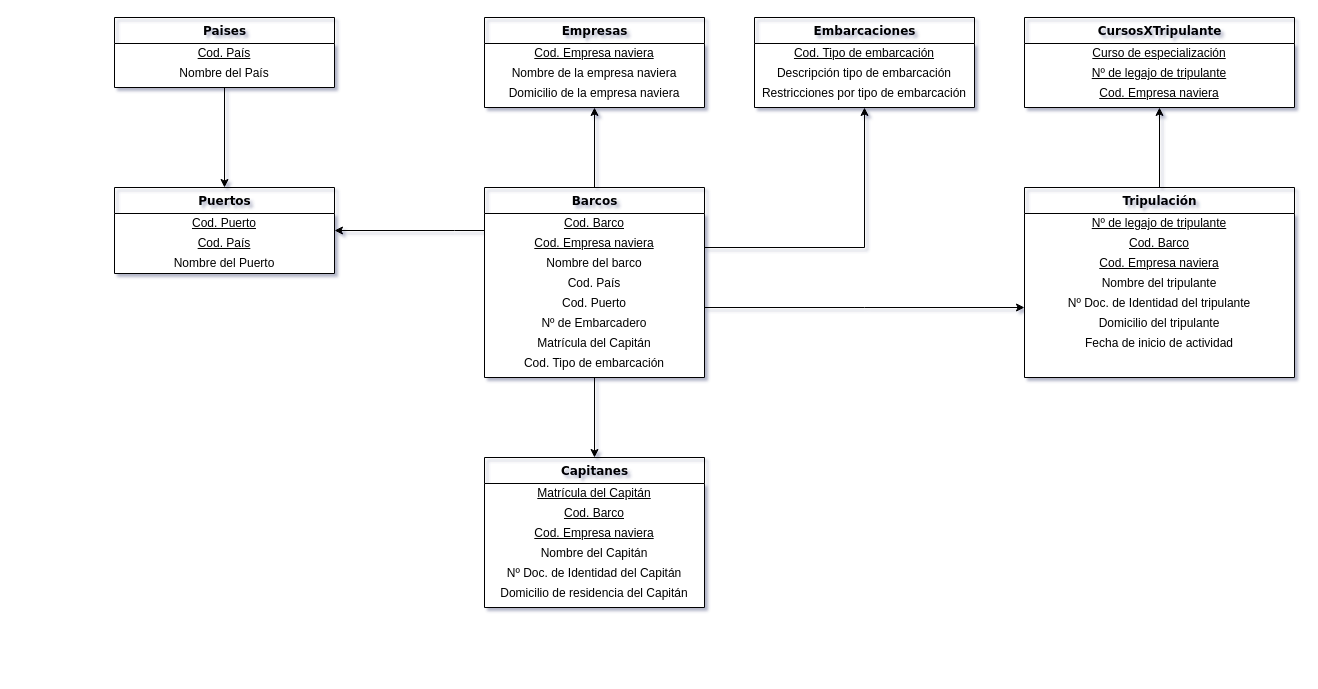
Before: TPI_Barcos/2FN_Puyelli.drawio in FedericoRocca/DyADDBB_1erCuatrimestre_2021, a draw.io diagram. Source tidied: cells renumbered, new cells numbered last; positions are measured from the earlier drawing's top-left corner, leaving out a move shared by most shapes. Both pictures are drawn from the tidied source at 100%, with x=0, y=0 at pixel (114, 17).
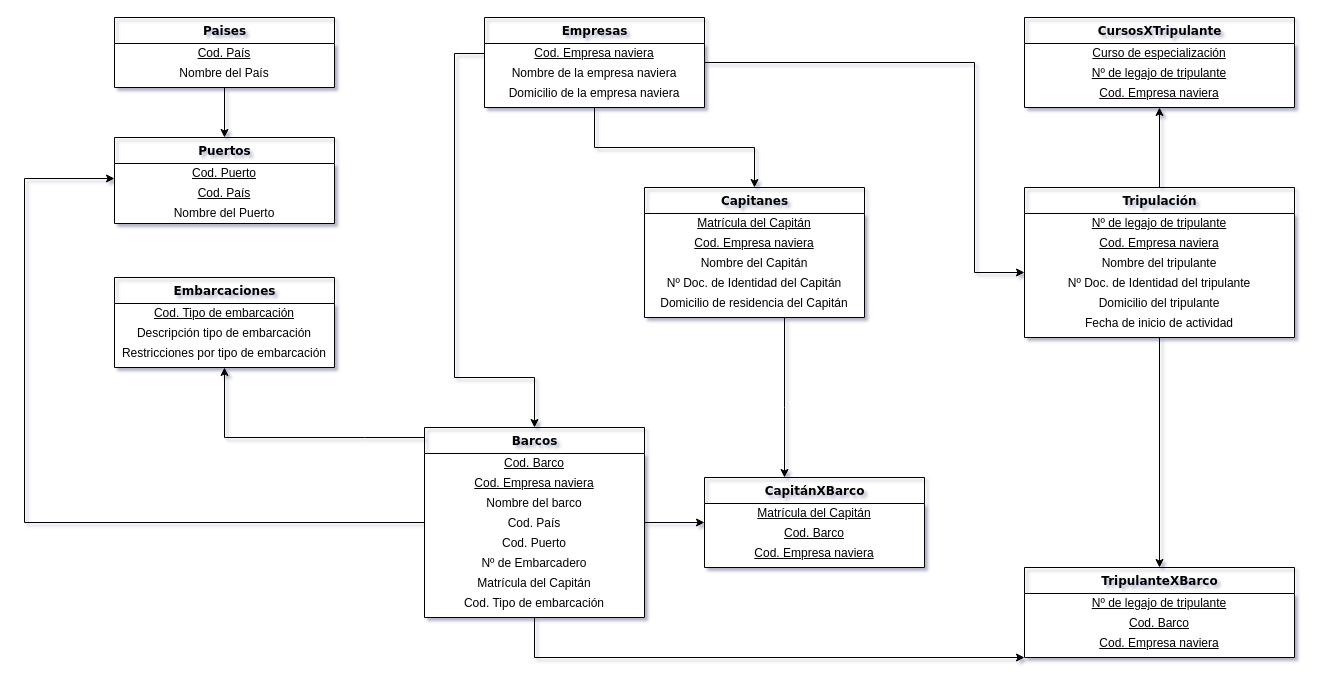
The same diagram, later.

Unchanged cells that the change refers to:
```xml
<mxCell id="25" value="Empresas" style="swimlane;html=1;fontStyle=1;align=center;verticalAlign=top;horizontal=1;startSize=26;swimlaneFillColor=#ffffff;rounded=0;shadow=0;comic=0;labelBackgroundColor=none;strokeWidth=1;fillColor=none;fontFamily=Verdana;fontSize=12;" parent="1" vertex="1">
  <mxGeometry x="370" width="220" height="90" as="geometry" />
</mxCell>
<mxCell id="26" value="Cod. Empresa naviera" style="text;html=1;strokeColor=none;fillColor=none;align=center;verticalAlign=middle;whiteSpace=wrap;rounded=0;fontStyle=4;" parent="25" vertex="1">
  <mxGeometry y="26" width="220" height="20" as="geometry" />
</mxCell>
<mxCell id="34" value="Cod. Puerto" style="text;html=1;strokeColor=none;fillColor=none;align=center;verticalAlign=middle;whiteSpace=wrap;rounded=0;fontStyle=4;" parent="33" vertex="1">
  <mxGeometry y="26" width="220" height="20" as="geometry" />
</mxCell>
```

Diff of the diagram source:
```diff
@@
-    <mxCell id="2" style="edgeStyle=orthogonalEdgeStyle;rounded=0;jettySize=auto;html=1;" parent="1" edge="1" source="7" target="25">
-      <mxGeometry relative="1" as="geometry" />
-    </mxCell>
     <mxCell id="3" style="edgeStyle=orthogonalEdgeStyle;rounded=0;jettySize=auto;html=1;" parent="1" edge="1" source="7" target="37">
       <mxGeometry relative="1" as="geometry">
         <Array as="points">
-          <mxPoint x="750" y="230" />
+          <mxPoint x="250" y="420" />
+          <mxPoint x="110" y="420" />
         </Array>
       </mxGeometry>
     </mxCell>
-    <mxCell id="4" style="edgeStyle=orthogonalEdgeStyle;rounded=0;jettySize=auto;html=1;" parent="1" edge="1" source="7" target="17">
-      <mxGeometry relative="1" as="geometry">
-        <Array as="points">
-          <mxPoint x="750" y="290" />
-          <mxPoint x="750" y="290" />
-        </Array>
-      </mxGeometry>
-    </mxCell>
-    <mxCell id="5" style="edgeStyle=orthogonalEdgeStyle;rounded=0;jettySize=auto;html=1;" parent="1" edge="1" source="7" target="45">
-      <mxGeometry relative="1" as="geometry" />
-    </mxCell>
-    <mxCell id="6" style="edgeStyle=orthogonalEdgeStyle;rounded=0;jettySize=auto;html=1;" parent="1" edge="1" source="7" target="33">
-      <mxGeometry relative="1" as="geometry">
-        <Array as="points">
-          <mxPoint x="340" y="213" />
-          <mxPoint x="340" y="213" />
-        </Array>
-      </mxGeometry>
-    </mxCell>
+    <mxCell id="52" style="edgeStyle=orthogonalEdgeStyle;rounded=0;jettySize=auto;html=1;entryX=0;entryY=0.75;entryDx=0;entryDy=0;" parent="1" edge="1" source="7" target="34">
+      <mxGeometry relative="1" as="geometry">
+        <Array as="points">
+          <mxPoint x="-90" y="505" />
+          <mxPoint x="-90" y="161" />
+        </Array>
+      </mxGeometry>
+    </mxCell>
+    <mxCell id="53" style="edgeStyle=orthogonalEdgeStyle;rounded=0;jettySize=auto;html=1;" parent="1" edge="1" source="7" target="60">
+      <mxGeometry relative="1" as="geometry" />
+    </mxCell>
+    <mxCell id="54" style="edgeStyle=orthogonalEdgeStyle;rounded=0;jettySize=auto;html=1;" parent="1" edge="1" source="7" target="63">
+      <mxGeometry relative="1" as="geometry">
+        <Array as="points">
+          <mxPoint x="420" y="640" />
+        </Array>
+      </mxGeometry>
+    </mxCell>
     <mxCell id="7" value="Barcos" style="swimlane;html=1;fontStyle=1;align=center;verticalAlign=top;horizontal=1;startSize=26;swimlaneFillColor=#ffffff;rounded=0;shadow=0;comic=0;labelBackgroundColor=none;strokeWidth=1;fillColor=none;fontFamily=Verdana;fontSize=12;" parent="1" vertex="1">
-      <mxGeometry x="370" y="170" width="220" height="190" as="geometry" />
+      <mxGeometry x="310" y="410" width="220" height="190" as="geometry" />
     </mxCell>
@@
+    <mxCell id="55" style="edgeStyle=orthogonalEdgeStyle;rounded=0;jettySize=auto;html=1;" parent="1" edge="1" source="17" target="63">
+      <mxGeometry relative="1" as="geometry" />
+    </mxCell>
     <mxCell id="17" value="Tripulación" style="swimlane;html=1;fontStyle=1;align=center;verticalAlign=top;horizontal=1;startSize=26;swimlaneFillColor=#ffffff;rounded=0;shadow=0;comic=0;labelBackgroundColor=none;strokeWidth=1;fillColor=none;fontFamily=Verdana;fontSize=12;" parent="1" vertex="1">
-      <mxGeometry x="910" y="170" width="270" height="190" as="geometry" />
+      <mxGeometry x="910" y="170" width="270" height="150" as="geometry" />
     </mxCell>
@@
-    <mxCell id="19" value="&lt;span&gt;Cod. Barco&lt;/span&gt;" style="text;html=1;strokeColor=none;fillColor=none;align=center;verticalAlign=middle;whiteSpace=wrap;rounded=0;fontStyle=4;" parent="17" vertex="1">
-      <mxGeometry y="46" width="270" height="20" as="geometry" />
-    </mxCell>
     <mxCell id="20" value="&lt;span&gt;Cod. Empresa naviera&lt;/span&gt;" style="text;html=1;strokeColor=none;fillColor=none;align=center;verticalAlign=middle;whiteSpace=wrap;rounded=0;fontStyle=4;" parent="17" vertex="1">
-      <mxGeometry y="66" width="270" height="20" as="geometry" />
+      <mxGeometry y="46" width="270" height="20" as="geometry" />
     </mxCell>
     <mxCell id="21" value="Nombre del tripulante" style="text;html=1;strokeColor=none;fillColor=none;align=center;verticalAlign=middle;whiteSpace=wrap;rounded=0;" parent="17" vertex="1">
-      <mxGeometry y="86" width="270" height="20" as="geometry" />
+      <mxGeometry y="66" width="270" height="20" as="geometry" />
     </mxCell>
     <mxCell id="22" value="Nº Doc. de Identidad del tripulante" style="text;html=1;strokeColor=none;fillColor=none;align=center;verticalAlign=middle;whiteSpace=wrap;rounded=0;" parent="17" vertex="1">
-      <mxGeometry y="106" width="270" height="20" as="geometry" />
+      <mxGeometry y="86" width="270" height="20" as="geometry" />
     </mxCell>
     <mxCell id="23" value="Domicilio del tripulante" style="text;html=1;strokeColor=none;fillColor=none;align=center;verticalAlign=middle;whiteSpace=wrap;rounded=0;" parent="17" vertex="1">
-      <mxGeometry y="126" width="270" height="20" as="geometry" />
+      <mxGeometry y="106" width="270" height="20" as="geometry" />
     </mxCell>
     <mxCell id="24" value="Fecha de inicio de actividad" style="text;html=1;strokeColor=none;fillColor=none;align=center;verticalAlign=middle;whiteSpace=wrap;rounded=0;" parent="17" vertex="1">
-      <mxGeometry y="146" width="270" height="20" as="geometry" />
+      <mxGeometry y="126" width="270" height="20" as="geometry" />
     </mxCell>
+    <mxCell id="56" style="edgeStyle=orthogonalEdgeStyle;rounded=0;jettySize=auto;html=1;" parent="1" edge="1" source="25" target="17">
+      <mxGeometry relative="1" as="geometry">
+        <Array as="points">
+          <mxPoint x="860" y="45" />
+          <mxPoint x="860" y="255" />
+        </Array>
+      </mxGeometry>
+    </mxCell>
+    <mxCell id="57" style="edgeStyle=orthogonalEdgeStyle;rounded=0;jettySize=auto;html=1;" parent="1" edge="1" source="25" target="45">
+      <mxGeometry relative="1" as="geometry" />
+    </mxCell>
@@
     <mxCell id="33" value="Puertos" style="swimlane;html=1;fontStyle=1;align=center;verticalAlign=top;horizontal=1;startSize=26;swimlaneFillColor=#ffffff;rounded=0;shadow=0;comic=0;labelBackgroundColor=none;strokeWidth=1;fillColor=none;fontFamily=Verdana;fontSize=12;" parent="1" vertex="1">
-      <mxGeometry y="170" width="220" height="86" as="geometry" />
+      <mxGeometry y="120" width="220" height="86" as="geometry" />
     </mxCell>
@@
     <mxCell id="37" value="Embarcaciones" style="swimlane;html=1;fontStyle=1;align=center;verticalAlign=top;horizontal=1;startSize=26;swimlaneFillColor=#ffffff;rounded=0;shadow=0;comic=0;labelBackgroundColor=none;strokeWidth=1;fillColor=none;fontFamily=Verdana;fontSize=12;" parent="1" vertex="1">
-      <mxGeometry x="640" width="220" height="90" as="geometry" />
+      <mxGeometry y="260" width="220" height="90" as="geometry" />
     </mxCell>
@@
+    <mxCell id="58" style="edgeStyle=orthogonalEdgeStyle;rounded=0;jettySize=auto;html=1;" parent="1" edge="1" source="45" target="60">
+      <mxGeometry relative="1" as="geometry">
+        <Array as="points">
+          <mxPoint x="670" y="390" />
+          <mxPoint x="670" y="390" />
+        </Array>
+      </mxGeometry>
+    </mxCell>
     <mxCell id="45" value="Capitanes" style="swimlane;html=1;fontStyle=1;align=center;verticalAlign=top;horizontal=1;startSize=26;swimlaneFillColor=#ffffff;rounded=0;shadow=0;comic=0;labelBackgroundColor=none;strokeWidth=1;fillColor=none;fontFamily=Verdana;fontSize=12;" parent="1" vertex="1">
-      <mxGeometry x="370" y="440" width="220" height="150" as="geometry" />
+      <mxGeometry x="530" y="170" width="220" height="130" as="geometry" />
     </mxCell>
@@
-    <mxCell id="47" value="Cod. Barco" style="text;html=1;strokeColor=none;fillColor=none;align=center;verticalAlign=middle;whiteSpace=wrap;rounded=0;fontStyle=4;" parent="45" vertex="1">
-      <mxGeometry y="46" width="220" height="20" as="geometry" />
-    </mxCell>
     <mxCell id="48" value="Cod. Empresa naviera" style="text;html=1;strokeColor=none;fillColor=none;align=center;verticalAlign=middle;whiteSpace=wrap;rounded=0;fontStyle=4;" parent="45" vertex="1">
-      <mxGeometry y="66" width="220" height="20" as="geometry" />
+      <mxGeometry y="46" width="220" height="20" as="geometry" />
     </mxCell>
     <mxCell id="49" value="Nombre del Capitán" style="text;html=1;strokeColor=none;fillColor=none;align=center;verticalAlign=middle;whiteSpace=wrap;rounded=0;" parent="45" vertex="1">
-      <mxGeometry y="86" width="220" height="20" as="geometry" />
+      <mxGeometry y="66" width="220" height="20" as="geometry" />
     </mxCell>
     <mxCell id="50" value="Nº Doc. de Identidad del Capitán" style="text;html=1;strokeColor=none;fillColor=none;align=center;verticalAlign=middle;whiteSpace=wrap;rounded=0;" parent="45" vertex="1">
-      <mxGeometry y="106" width="220" height="20" as="geometry" />
+      <mxGeometry y="86" width="220" height="20" as="geometry" />
     </mxCell>
     <mxCell id="51" value="Domicilio de residencia del Capitán" style="text;html=1;strokeColor=none;fillColor=none;align=center;verticalAlign=middle;whiteSpace=wrap;rounded=0;" parent="45" vertex="1">
-      <mxGeometry y="126" width="220" height="20" as="geometry" />
+      <mxGeometry y="106" width="220" height="20" as="geometry" />
     </mxCell>
+    <mxCell id="59" style="edgeStyle=orthogonalEdgeStyle;rounded=0;jettySize=auto;html=1;" parent="1" edge="1" source="26" target="7">
+      <mxGeometry relative="1" as="geometry">
+        <Array as="points">
+          <mxPoint x="340" y="36" />
+          <mxPoint x="340" y="360" />
+          <mxPoint x="420" y="360" />
+        </Array>
+      </mxGeometry>
+    </mxCell>
+    <mxCell id="60" value="CapitánXBarco" style="swimlane;html=1;fontStyle=1;align=center;verticalAlign=top;horizontal=1;startSize=26;swimlaneFillColor=#ffffff;rounded=0;shadow=0;comic=0;labelBackgroundColor=none;strokeWidth=1;fillColor=none;fontFamily=Verdana;fontSize=12;" parent="1" vertex="1">
+      <mxGeometry x="590" y="460" width="220" height="90" as="geometry" />
+    </mxCell>
+    <mxCell id="61" value="Matrícula del Capitán" style="text;html=1;strokeColor=none;fillColor=none;align=center;verticalAlign=middle;whiteSpace=wrap;rounded=0;fontStyle=4;" parent="60" vertex="1">
+      <mxGeometry y="26" width="220" height="20" as="geometry" />
+    </mxCell>
+    <mxCell id="47" value="Cod. Barco" style="text;html=1;strokeColor=none;fillColor=none;align=center;verticalAlign=middle;whiteSpace=wrap;rounded=0;fontStyle=4;" parent="60" vertex="1">
+      <mxGeometry y="46" width="220" height="20" as="geometry" />
+    </mxCell>
+    <mxCell id="62" value="Cod. Empresa naviera" style="text;html=1;strokeColor=none;fillColor=none;align=center;verticalAlign=middle;whiteSpace=wrap;rounded=0;fontStyle=4;" parent="60" vertex="1">
+      <mxGeometry y="66" width="220" height="20" as="geometry" />
+    </mxCell>
+    <mxCell id="63" value="TripulanteXBarco" style="swimlane;html=1;fontStyle=1;align=center;verticalAlign=top;horizontal=1;startSize=26;swimlaneFillColor=#ffffff;rounded=0;shadow=0;comic=0;labelBackgroundColor=none;strokeWidth=1;fillColor=none;fontFamily=Verdana;fontSize=12;" parent="1" vertex="1">
+      <mxGeometry x="910" y="550" width="270" height="90" as="geometry" />
+    </mxCell>
+    <mxCell id="64" value="Nº de legajo de tripulante" style="text;html=1;strokeColor=none;fillColor=none;align=center;verticalAlign=middle;whiteSpace=wrap;rounded=0;fontStyle=4;" parent="63" vertex="1">
+      <mxGeometry y="26" width="270" height="20" as="geometry" />
+    </mxCell>
+    <mxCell id="19" value="&lt;span&gt;Cod. Barco&lt;/span&gt;" style="text;html=1;strokeColor=none;fillColor=none;align=center;verticalAlign=middle;whiteSpace=wrap;rounded=0;fontStyle=4;" parent="63" vertex="1">
+      <mxGeometry y="46" width="270" height="20" as="geometry" />
+    </mxCell>
+    <mxCell id="65" value="&lt;span&gt;Cod. Empresa naviera&lt;/span&gt;" style="text;html=1;strokeColor=none;fillColor=none;align=center;verticalAlign=middle;whiteSpace=wrap;rounded=0;fontStyle=4;" parent="63" vertex="1">
+      <mxGeometry y="66" width="270" height="20" as="geometry" />
+    </mxCell>
```
